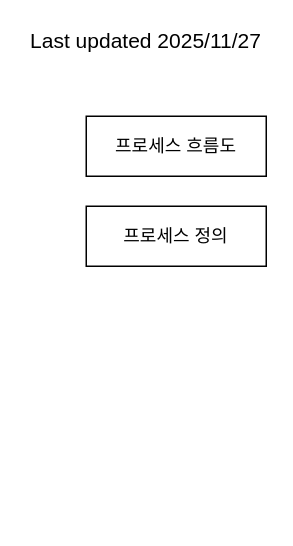
The draw.io diagram page "문서" (1 of 2) of 20241112.drawio in climcity/design, before the edit. Source tidied: cells renumbered, new cells numbered last; positions are measured from the earlier drawing's top-left corner, leaving out a move shared by most shapes. Both pictures are drawn from the tidied source at 150%, with x=0, y=0 at pixel (26, 26).
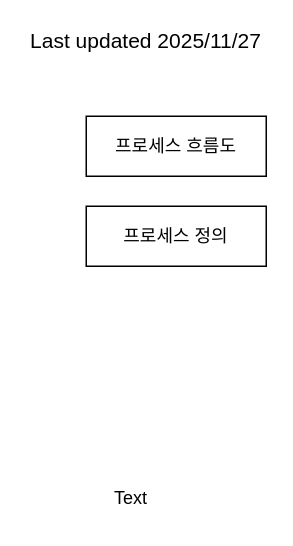
The same diagram, later.

Diff of the diagram source:
```diff
@@
 <mxGraphModel>
   <root>
     <mxCell id="0" />
     <mxCell id="1" parent="0" />
     <mxCell id="2" value="프로세스 흐름도" style="rounded=0;whiteSpace=wrap;html=1;" parent="1" vertex="1">
       <mxGeometry x="40" y="60" width="120" height="40" as="geometry" />
     </mxCell>
     <mxCell id="3" value="프로세스 정의" style="rounded=0;whiteSpace=wrap;html=1;" parent="1" vertex="1">
       <mxGeometry x="40" y="120" width="120" height="40" as="geometry" />
     </mxCell>
     <mxCell id="4" value="Last updated 2025/11/27" style="rounded=0;whiteSpace=wrap;html=1;fillColor=none;align=center;strokeColor=none;fontSize=14;" parent="1" vertex="1">
       <mxGeometry width="160" height="20" as="geometry" />
     </mxCell>
+    <mxCell id="5" value="Text" style="text;html=1;whiteSpace=wrap;strokeColor=none;fillColor=none;align=center;verticalAlign=middle;rounded=0;" parent="1" vertex="1">
+      <mxGeometry x="40" y="300" width="60" height="30" as="geometry" />
+    </mxCell>
   </root>
 </mxGraphModel>
```
